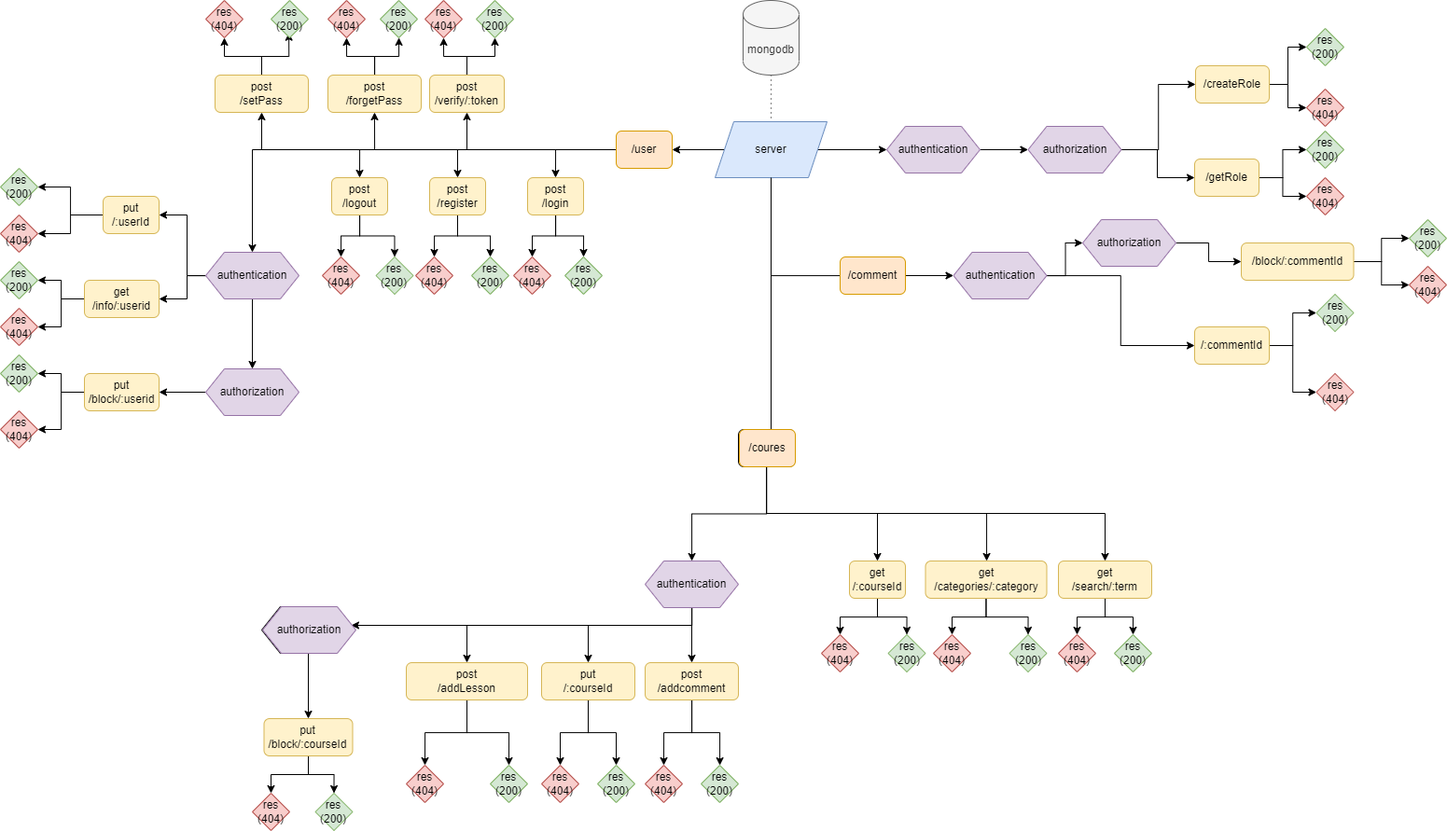
Before: server-UML.drawio.png, a diagram exported from draw.io (MB-Project-Mohammed-Almuziny/server). Source tidied: cells renumbered, new cells last; positions are measured from the earlier drawing's top-left corner, leaving out a move shared by most shapes.
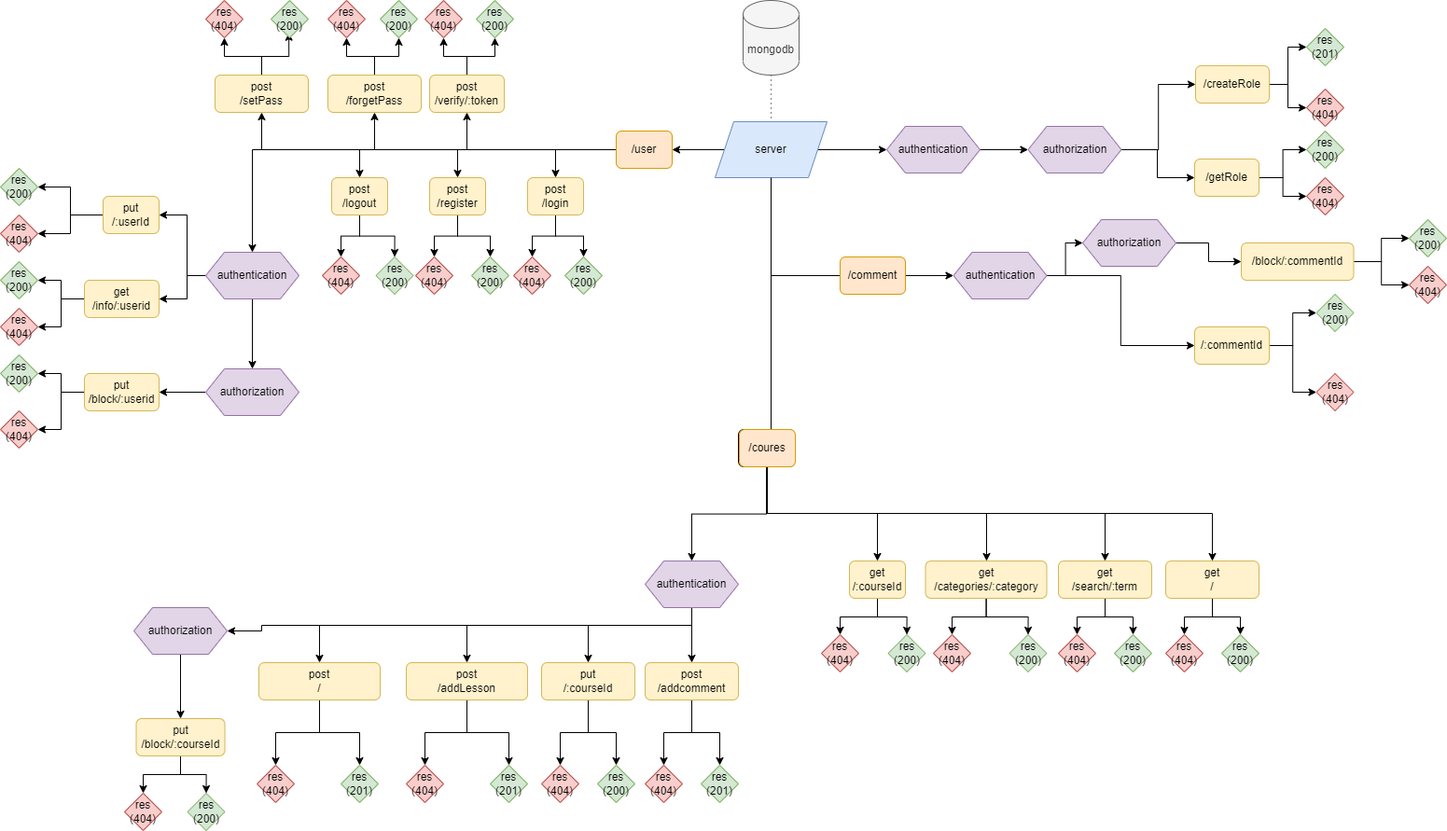
The same file after the commit.

Diff of the diagram source:
```diff
@@ -232,7 +232,7 @@
       <mxGeometry relative="1" as="geometry" />
     </mxCell>
     <mxCell id="72" value="put&lt;br&gt;/block/:courseId" style="rounded=1;whiteSpace=wrap;html=1;fillColor=#fff2cc;strokeColor=#d6b656;" parent="1" vertex="1">
-      <mxGeometry x="282.5" y="770" width="95" height="40" as="geometry" />
+      <mxGeometry x="145.5" y="770" width="95" height="40" as="geometry" />
     </mxCell>
     <mxCell id="73" style="edgeStyle=orthogonalEdgeStyle;rounded=0;jettySize=auto;html=1;fontFamily=Helvetica;fontSize=12;fontColor=default;" parent="1" edge="1" source="75" target="114">
       <mxGeometry relative="1" as="geometry" />
@@ -314,22 +314,26 @@
         </Array>
       </mxGeometry>
     </mxCell>
-    <mxCell id="93" style="edgeStyle=orthogonalEdgeStyle;rounded=0;jettySize=auto;html=1;" parent="1" edge="1" source="94" target="96">
-      <mxGeometry relative="1" as="geometry">
-        <Array as="points">
-          <mxPoint x="741" y="670" />
-        </Array>
-      </mxGeometry>
-    </mxCell>
+    <mxCell id="149" style="edgeStyle=orthogonalEdgeStyle;rounded=0;jettySize=auto;html=1;fontFamily=Helvetica;fontSize=12;fontColor=default;" parent="1" edge="1" source="94" target="160">
+      <mxGeometry relative="1" as="geometry">
+        <Array as="points">
+          <mxPoint x="741" y="670" />
+          <mxPoint x="342" y="670" />
+        </Array>
+      </mxGeometry>
+    </mxCell>
+    <mxCell id="150" style="edgeStyle=orthogonalEdgeStyle;rounded=0;jettySize=auto;html=1;fontFamily=Helvetica;fontSize=12;fontColor=default;entryX=1;entryY=0.5;entryDx=0;entryDy=0;" parent="1" edge="1" source="94" target="148">
+      <mxGeometry relative="1" as="geometry">
+        <Array as="points">
+          <mxPoint x="741" y="670" />
+          <mxPoint x="280" y="670" />
+          <mxPoint x="280" y="676" />
+        </Array>
+      </mxGeometry>
+    </mxCell>
     <mxCell id="94" value="&lt;span&gt;authentication&lt;/span&gt;" style="shape=hexagon;perimeter=hexagonPerimeter2;whiteSpace=wrap;html=1;fixedSize=1;fillColor=#e1d5e7;strokeColor=#9673a6;" parent="1" vertex="1">
       <mxGeometry x="691" y="601" width="100" height="50" as="geometry" />
     </mxCell>
-    <mxCell id="95" style="edgeStyle=orthogonalEdgeStyle;rounded=0;jettySize=auto;html=1;" parent="1" edge="1" source="96" target="72">
-      <mxGeometry relative="1" as="geometry" />
-    </mxCell>
-    <mxCell id="96" value="authorization" style="shape=hexagon;perimeter=hexagonPerimeter2;whiteSpace=wrap;html=1;fixedSize=1;" parent="1" vertex="1">
-      <mxGeometry x="280" y="650" width="100" height="50" as="geometry" />
-    </mxCell>
     <mxCell id="97" style="edgeStyle=orthogonalEdgeStyle;rounded=0;jettySize=auto;html=1;entryX=0;entryY=0.5;entryDx=0;entryDy=0;" parent="1" edge="1" source="98" target="101">
       <mxGeometry relative="1" as="geometry" />
     </mxCell>
@@ -365,7 +369,7 @@
     <mxCell id="106" value="authorization" style="shape=hexagon;perimeter=hexagonPerimeter2;whiteSpace=wrap;html=1;fixedSize=1;fillColor=#e1d5e7;strokeColor=#9673a6;" parent="1" vertex="1">
       <mxGeometry x="1160" y="235" width="100" height="50" as="geometry" />
     </mxCell>
-    <mxCell id="107" value="res&lt;br&gt;(200)" style="rhombus;whiteSpace=wrap;html=1;fillColor=#d5e8d4;strokeColor=#82b366;" parent="1" vertex="1">
+    <mxCell id="107" value="res&lt;br&gt;(201)" style="rhombus;whiteSpace=wrap;html=1;fillColor=#d5e8d4;strokeColor=#82b366;" parent="1" vertex="1">
       <mxGeometry x="1400" y="30" width="40" height="40" as="geometry" />
     </mxCell>
     <mxCell id="108" value="res&lt;br&gt;(404)" style="rhombus;whiteSpace=wrap;html=1;fillColor=#f8cecc;strokeColor=#b85450;" parent="1" vertex="1">
@@ -380,13 +384,13 @@
     <mxCell id="111" value="res&lt;br&gt;(200)" style="rhombus;whiteSpace=wrap;html=1;fillColor=#d5e8d4;strokeColor=#82b366;" parent="1" vertex="1">
       <mxGeometry x="1410.5" y="315" width="40" height="40" as="geometry" />
     </mxCell>
-    <mxCell id="112" value="res&lt;br&gt;(200)" style="rhombus;whiteSpace=wrap;html=1;fillColor=#d5e8d4;strokeColor=#82b366;" parent="1" vertex="1">
+    <mxCell id="112" value="res&lt;br&gt;(201)" style="rhombus;whiteSpace=wrap;html=1;fillColor=#d5e8d4;strokeColor=#82b366;" parent="1" vertex="1">
       <mxGeometry x="525" y="820" width="40" height="40" as="geometry" />
     </mxCell>
     <mxCell id="113" value="res&lt;br&gt;(200)" style="rhombus;whiteSpace=wrap;html=1;fillColor=#d5e8d4;strokeColor=#82b366;" parent="1" vertex="1">
       <mxGeometry x="640" y="820" width="40" height="40" as="geometry" />
     </mxCell>
-    <mxCell id="114" value="res&lt;br&gt;(200)" style="rhombus;whiteSpace=wrap;html=1;fillColor=#d5e8d4;strokeColor=#82b366;" parent="1" vertex="1">
+    <mxCell id="114" value="res&lt;br&gt;(201)" style="rhombus;whiteSpace=wrap;html=1;fillColor=#d5e8d4;strokeColor=#82b366;" parent="1" vertex="1">
       <mxGeometry x="751" y="820" width="40" height="40" as="geometry" />
     </mxCell>
     <mxCell id="115" value="res&lt;br&gt;(200)" style="rhombus;whiteSpace=wrap;html=1;fillColor=#d5e8d4;strokeColor=#82b366;" parent="1" vertex="1">
@@ -399,7 +403,7 @@
       <mxGeometry x="1194" y="680" width="40" height="40" as="geometry" />
     </mxCell>
     <mxCell id="118" value="res&lt;br&gt;(200)" style="rhombus;whiteSpace=wrap;html=1;fillColor=#d5e8d4;strokeColor=#82b366;" parent="1" vertex="1">
-      <mxGeometry x="337.5" y="850" width="40" height="40" as="geometry" />
+      <mxGeometry x="200.5" y="850" width="40" height="40" as="geometry" />
     </mxCell>
     <mxCell id="119" value="res&lt;br&gt;(200)" style="rhombus;whiteSpace=wrap;html=1;fillColor=#d5e8d4;strokeColor=#82b366;" parent="1" vertex="1">
       <mxGeometry x="510" width="40" height="40" as="geometry" />
@@ -453,7 +457,7 @@
       <mxGeometry y="440" width="40" height="40" as="geometry" />
     </mxCell>
     <mxCell id="136" value="res&lt;br&gt;(404)" style="rhombus;whiteSpace=wrap;html=1;fillColor=#f8cecc;strokeColor=#b85450;" parent="1" vertex="1">
-      <mxGeometry x="270" y="850" width="40" height="40" as="geometry" />
+      <mxGeometry x="133" y="850" width="40" height="40" as="geometry" />
     </mxCell>
     <mxCell id="137" value="res&lt;br&gt;(404)" style="rhombus;whiteSpace=wrap;html=1;fillColor=#f8cecc;strokeColor=#b85450;" parent="1" vertex="1">
       <mxGeometry y="330" width="40" height="40" as="geometry" />
@@ -479,6 +483,14 @@
     <mxCell id="144" value="res&lt;br&gt;(404)" style="rhombus;whiteSpace=wrap;html=1;fillColor=#f8cecc;strokeColor=#b85450;" parent="1" vertex="1">
       <mxGeometry x="345" y="275" width="40" height="40" as="geometry" />
     </mxCell>
+    <mxCell id="151" style="edgeStyle=orthogonalEdgeStyle;rounded=0;jettySize=auto;html=1;entryX=0.5;entryY=0;entryDx=0;entryDy=0;fontFamily=Helvetica;fontSize=12;fontColor=default;" parent="1" edge="1" source="145" target="155">
+      <mxGeometry relative="1" as="geometry">
+        <Array as="points">
+          <mxPoint x="822" y="550" />
+          <mxPoint x="1299" y="550" />
+        </Array>
+      </mxGeometry>
+    </mxCell>
     <mxCell id="145" value="/coures" style="rounded=1;whiteSpace=wrap;html=1;fillColor=#ffe6cc;strokeColor=#d79b00;" parent="1" vertex="1">
       <mxGeometry x="792" y="460" width="60" height="40" as="geometry" />
     </mxCell>
@@ -488,8 +500,41 @@
     <mxCell id="147" value="res&lt;br&gt;(200)" style="rhombus;whiteSpace=wrap;html=1;fillColor=#d5e8d4;strokeColor=#82b366;" parent="1" vertex="1">
       <mxGeometry x="1510" y="235" width="40" height="40" as="geometry" />
     </mxCell>
+    <mxCell id="152" style="edgeStyle=orthogonalEdgeStyle;rounded=0;jettySize=auto;html=1;entryX=0.5;entryY=0;entryDx=0;entryDy=0;fontFamily=Helvetica;fontSize=12;fontColor=default;" parent="1" edge="1" source="148" target="72">
+      <mxGeometry relative="1" as="geometry" />
+    </mxCell>
     <mxCell id="148" value="authorization" style="shape=hexagon;perimeter=hexagonPerimeter2;whiteSpace=wrap;html=1;fixedSize=1;fillColor=#e1d5e7;strokeColor=#9673a6;" parent="1" vertex="1">
-      <mxGeometry x="281" y="650" width="100" height="50" as="geometry" />
+      <mxGeometry x="143" y="651" width="100" height="50" as="geometry" />
     </mxCell>
+    <mxCell id="153" style="edgeStyle=orthogonalEdgeStyle;rounded=0;jettySize=auto;html=1;entryX=0.5;entryY=0;entryDx=0;entryDy=0;fontFamily=Helvetica;fontSize=12;fontColor=default;" parent="1" edge="1" source="155" target="157">
+      <mxGeometry relative="1" as="geometry" />
+    </mxCell>
+    <mxCell id="154" style="edgeStyle=orthogonalEdgeStyle;rounded=0;jettySize=auto;html=1;entryX=0.5;entryY=0;entryDx=0;entryDy=0;fontFamily=Helvetica;fontSize=12;fontColor=default;" parent="1" edge="1" source="155" target="156">
+      <mxGeometry relative="1" as="geometry" />
+    </mxCell>
+    <mxCell id="155" value="get&lt;br&gt;/" style="rounded=1;whiteSpace=wrap;html=1;fillColor=#fff2cc;strokeColor=#d6b656;" parent="1" vertex="1">
+      <mxGeometry x="1249" y="601" width="100" height="40" as="geometry" />
+    </mxCell>
+    <mxCell id="156" value="res&lt;br&gt;(200)" style="rhombus;whiteSpace=wrap;html=1;fillColor=#d5e8d4;strokeColor=#82b366;" parent="1" vertex="1">
+      <mxGeometry x="1309" y="680" width="40" height="40" as="geometry" />
+    </mxCell>
+    <mxCell id="157" value="res&lt;br&gt;(404)" style="rhombus;whiteSpace=wrap;html=1;fillColor=#f8cecc;strokeColor=#b85450;" parent="1" vertex="1">
+      <mxGeometry x="1249" y="680" width="40" height="40" as="geometry" />
+    </mxCell>
+    <mxCell id="158" style="edgeStyle=orthogonalEdgeStyle;rounded=0;jettySize=auto;html=1;entryX=0.5;entryY=0;entryDx=0;entryDy=0;fontFamily=Helvetica;fontSize=12;fontColor=default;" parent="1" edge="1" source="160" target="162">
+      <mxGeometry relative="1" as="geometry" />
+    </mxCell>
+    <mxCell id="159" style="edgeStyle=orthogonalEdgeStyle;rounded=0;jettySize=auto;html=1;entryX=0.5;entryY=0;entryDx=0;entryDy=0;fontFamily=Helvetica;fontSize=12;fontColor=default;" parent="1" edge="1" source="160" target="161">
+      <mxGeometry relative="1" as="geometry" />
+    </mxCell>
+    <mxCell id="160" value="post&lt;br&gt;/" style="rounded=1;whiteSpace=wrap;html=1;fillColor=#fff2cc;strokeColor=#d6b656;" parent="1" vertex="1">
+      <mxGeometry x="277" y="710" width="130" height="40" as="geometry" />
+    </mxCell>
+    <mxCell id="161" value="res&lt;br&gt;(201)" style="rhombus;whiteSpace=wrap;html=1;fillColor=#d5e8d4;strokeColor=#82b366;" parent="1" vertex="1">
+      <mxGeometry x="365" y="820" width="40" height="40" as="geometry" />
+    </mxCell>
+    <mxCell id="162" value="res&lt;br&gt;(404)" style="rhombus;whiteSpace=wrap;html=1;fillColor=#f8cecc;strokeColor=#b85450;" parent="1" vertex="1">
+      <mxGeometry x="275" y="820" width="40" height="40" as="geometry" />
+    </mxCell>
   </root>
 </mxGraphModel>
```
